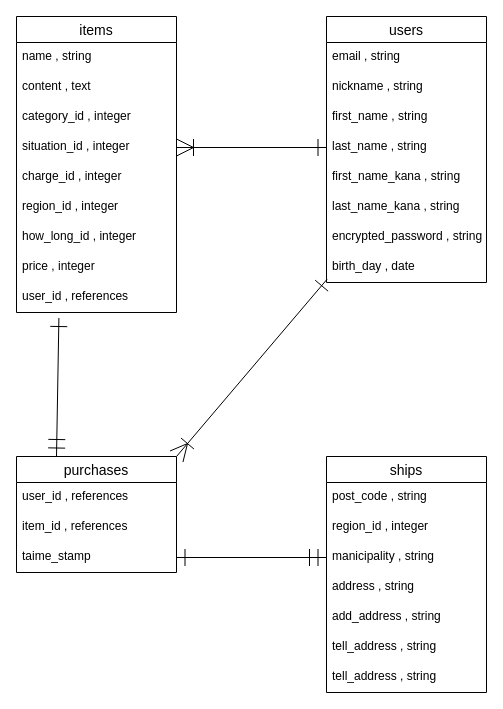
The draw.io diagram ER.dio in makuu-nobu/furima-40021, before the edit. Source tidied: cells renumbered, new cells numbered last; positions are measured from the earlier drawing's top-left corner, leaving out a move shared by most shapes. Both pictures are drawn from the tidied source at 100%, with x=0, y=0 at pixel (16, 16).
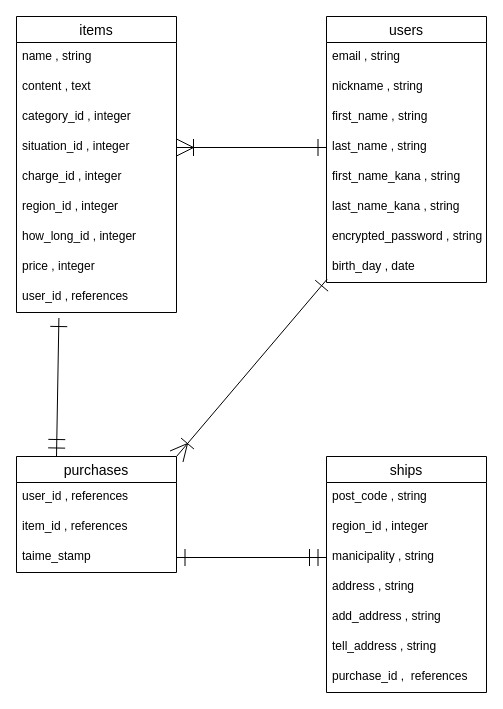
The same page after the edit.

The change refers to these unchanged cells:
```xml
<mxCell id="27" value="ships" style="swimlane;fontStyle=0;horizontal=1;startSize=26;align=center;fontSize=14;" parent="1" vertex="1">
  <mxGeometry x="310" y="440" width="160" height="236" as="geometry" />
</mxCell>
```

The edit, as a diff of the source:
```diff
@@
-    <mxCell id="34" value="tell_address , string" style="text;strokeColor=none;fillColor=none;spacingLeft=4;spacingRight=4;overflow=hidden;fontSize=12;" parent="27" vertex="1">
+    <mxCell id="34" value="purchase_id ,  references" style="text;strokeColor=none;fillColor=none;spacingLeft=4;spacingRight=4;overflow=hidden;fontSize=12;" parent="27" vertex="1">
       <mxGeometry y="206" width="160" height="30" as="geometry" />
     </mxCell>
```
